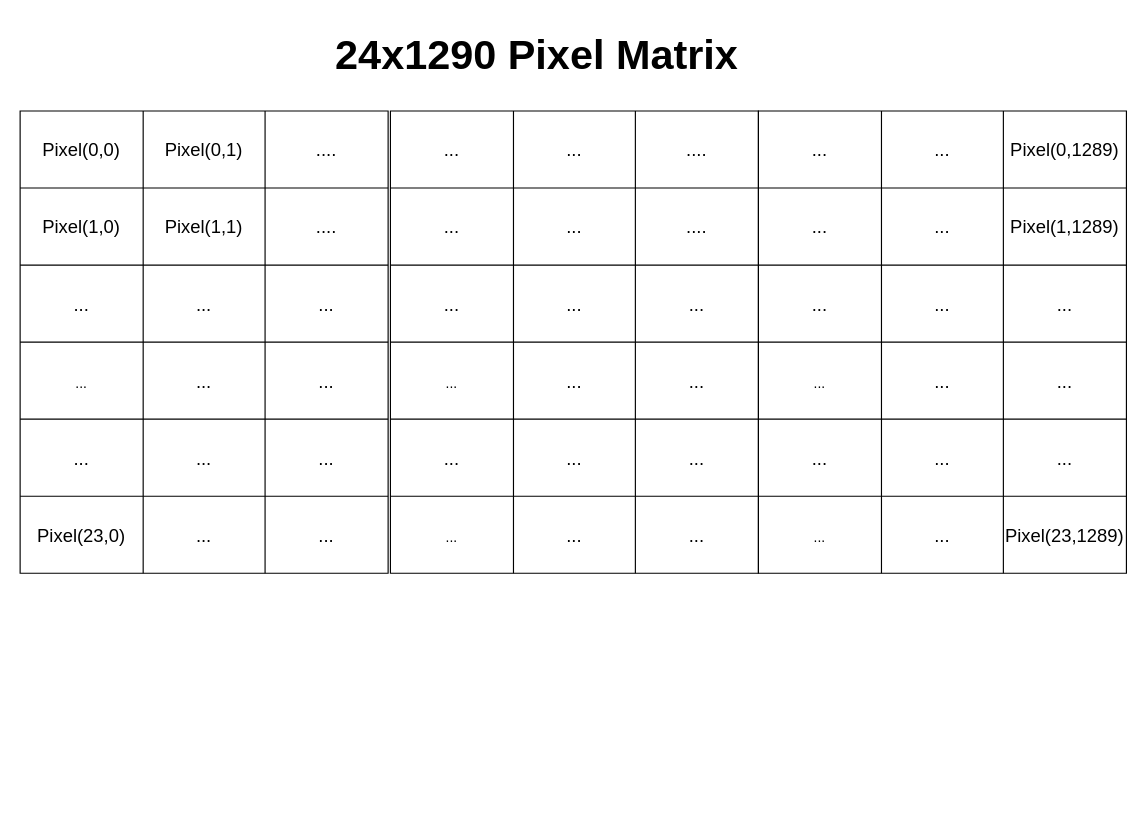
Above: Diagrams/presentation_matrix.drawio in sabarioded/Patterns_Project (draw.io), before the change. Source tidied: cells renumbered, new cells numbered last; positions are measured from the earlier drawing's top-left corner, leaving out a move shared by most shapes. Both pictures are drawn from the tidied source at 115%, with x=0, y=0 at pixel (20, 20).
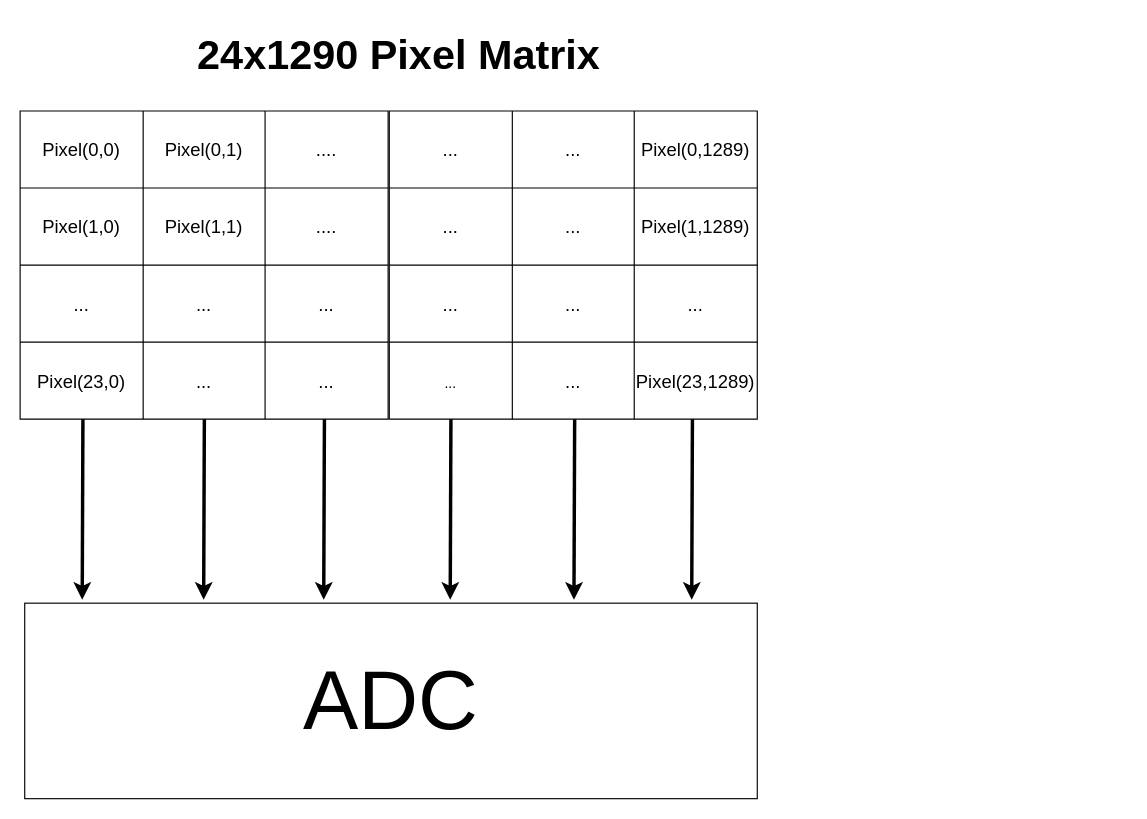
The same diagram, later.

Change to the diagram source:
```diff
@@
-    <mxCell id="2" style="shape=table;startSize=0;childLayout=tableLayout;fontSize=16;shadow=0;" parent="1" vertex="1">
-      <mxGeometry x="322" y="79" width="320" height="402" as="geometry" />
-    </mxCell>
-    <mxCell id="3" style="shape=tableRow;horizontal=0;startSize=0;swimlaneHead=0;swimlaneBody=0;strokeColor=inherit;top=0;left=0;bottom=0;right=0;fillColor=none;fontSize=16;" parent="2" vertex="1">
-      <mxGeometry width="320" height="67" as="geometry" />
-    </mxCell>
-    <mxCell id="4" value="..." style="shape=partialRectangle;html=1;whiteSpace=wrap;strokeColor=inherit;overflow=hidden;fillColor=none;top=0;left=0;bottom=0;right=0;fontSize=16;" parent="3" vertex="1">
-      <mxGeometry width="107" height="67" as="geometry" />
-    </mxCell>
-    <mxCell id="5" value="..." style="shape=partialRectangle;html=1;whiteSpace=wrap;strokeColor=inherit;overflow=hidden;fillColor=none;top=0;left=0;bottom=0;right=0;fontSize=16;" parent="3" vertex="1">
-      <mxGeometry x="107" width="106" height="67" as="geometry" />
-    </mxCell>
-    <mxCell id="6" value="...." style="shape=partialRectangle;html=1;whiteSpace=wrap;strokeColor=inherit;overflow=hidden;fillColor=none;top=0;left=0;bottom=0;right=0;fontSize=16;" parent="3" vertex="1">
-      <mxGeometry x="213" width="107" height="67" as="geometry" />
-    </mxCell>
-    <mxCell id="7" style="shape=tableRow;horizontal=0;startSize=0;swimlaneHead=0;swimlaneBody=0;strokeColor=inherit;top=0;left=0;bottom=0;right=0;fillColor=none;fontSize=16;" parent="2" vertex="1">
-      <mxGeometry y="67" width="320" height="67" as="geometry" />
-    </mxCell>
-    <mxCell id="8" value="..." style="shape=partialRectangle;html=1;whiteSpace=wrap;strokeColor=inherit;overflow=hidden;fillColor=none;top=0;left=0;bottom=0;right=0;fontSize=16;" parent="7" vertex="1">
-      <mxGeometry width="107" height="67" as="geometry" />
-    </mxCell>
-    <mxCell id="9" value="..." style="shape=partialRectangle;html=1;whiteSpace=wrap;strokeColor=inherit;overflow=hidden;fillColor=none;top=0;left=0;bottom=0;right=0;fontSize=16;" parent="7" vertex="1">
-      <mxGeometry x="107" width="106" height="67" as="geometry" />
-    </mxCell>
-    <mxCell id="10" value="...." style="shape=partialRectangle;html=1;whiteSpace=wrap;strokeColor=inherit;overflow=hidden;fillColor=none;top=0;left=0;bottom=0;right=0;fontSize=16;" parent="7" vertex="1">
-      <mxGeometry x="213" width="107" height="67" as="geometry" />
-    </mxCell>
-    <mxCell id="11" style="shape=tableRow;horizontal=0;startSize=0;swimlaneHead=0;swimlaneBody=0;strokeColor=inherit;top=0;left=0;bottom=0;right=0;fillColor=none;fontSize=16;" parent="2" vertex="1">
-      <mxGeometry y="134" width="320" height="67" as="geometry" />
-    </mxCell>
-    <mxCell id="12" value="..." style="shape=partialRectangle;html=1;whiteSpace=wrap;strokeColor=inherit;overflow=hidden;fillColor=none;top=0;left=0;bottom=0;right=0;fontSize=16;" parent="11" vertex="1">
-      <mxGeometry width="107" height="67" as="geometry" />
-    </mxCell>
-    <mxCell id="13" value="..." style="shape=partialRectangle;html=1;whiteSpace=wrap;strokeColor=inherit;overflow=hidden;fillColor=none;top=0;left=0;bottom=0;right=0;fontSize=16;" parent="11" vertex="1">
-      <mxGeometry x="107" width="106" height="67" as="geometry" />
-    </mxCell>
-    <mxCell id="14" value="..." style="shape=partialRectangle;html=1;whiteSpace=wrap;strokeColor=inherit;overflow=hidden;fillColor=none;top=0;left=0;bottom=0;right=0;fontSize=16;" parent="11" vertex="1">
-      <mxGeometry x="213" width="107" height="67" as="geometry" />
-    </mxCell>
-    <mxCell id="15" style="shape=tableRow;horizontal=0;startSize=0;swimlaneHead=0;swimlaneBody=0;strokeColor=inherit;top=0;left=0;bottom=0;right=0;fillColor=none;fontSize=16;" parent="2" vertex="1">
-      <mxGeometry y="201" width="320" height="67" as="geometry" />
-    </mxCell>
-    <mxCell id="16" value="&lt;font style=&quot;font-size: 12px;&quot;&gt;...&lt;/font&gt;" style="shape=partialRectangle;html=1;whiteSpace=wrap;strokeColor=inherit;overflow=hidden;fillColor=none;top=0;left=0;bottom=0;right=0;fontSize=16;" parent="15" vertex="1">
-      <mxGeometry width="107" height="67" as="geometry" />
-    </mxCell>
-    <mxCell id="17" value="..." style="shape=partialRectangle;html=1;whiteSpace=wrap;strokeColor=inherit;overflow=hidden;fillColor=none;top=0;left=0;bottom=0;right=0;fontSize=16;" parent="15" vertex="1">
-      <mxGeometry x="107" width="106" height="67" as="geometry" />
-    </mxCell>
-    <mxCell id="18" value="..." style="shape=partialRectangle;html=1;whiteSpace=wrap;strokeColor=inherit;overflow=hidden;fillColor=none;top=0;left=0;bottom=0;right=0;fontSize=16;" parent="15" vertex="1">
-      <mxGeometry x="213" width="107" height="67" as="geometry" />
-    </mxCell>
-    <mxCell id="19" style="shape=tableRow;horizontal=0;startSize=0;swimlaneHead=0;swimlaneBody=0;strokeColor=inherit;top=0;left=0;bottom=0;right=0;fillColor=none;fontSize=16;" parent="2" vertex="1">
-      <mxGeometry y="268" width="320" height="67" as="geometry" />
-    </mxCell>
-    <mxCell id="20" value="..." style="shape=partialRectangle;html=1;whiteSpace=wrap;strokeColor=inherit;overflow=hidden;fillColor=none;top=0;left=0;bottom=0;right=0;fontSize=16;" parent="19" vertex="1">
-      <mxGeometry width="107" height="67" as="geometry" />
-    </mxCell>
-    <mxCell id="21" value="..." style="shape=partialRectangle;html=1;whiteSpace=wrap;strokeColor=inherit;overflow=hidden;fillColor=none;top=0;left=0;bottom=0;right=0;fontSize=16;" parent="19" vertex="1">
-      <mxGeometry x="107" width="106" height="67" as="geometry" />
-    </mxCell>
-    <mxCell id="22" value="..." style="shape=partialRectangle;html=1;whiteSpace=wrap;strokeColor=inherit;overflow=hidden;fillColor=none;top=0;left=0;bottom=0;right=0;fontSize=16;" parent="19" vertex="1">
-      <mxGeometry x="213" width="107" height="67" as="geometry" />
-    </mxCell>
-    <mxCell id="23" style="shape=tableRow;horizontal=0;startSize=0;swimlaneHead=0;swimlaneBody=0;strokeColor=inherit;top=0;left=0;bottom=0;right=0;fillColor=none;fontSize=16;" parent="2" vertex="1">
-      <mxGeometry y="335" width="320" height="67" as="geometry" />
-    </mxCell>
-    <mxCell id="24" value="&lt;font style=&quot;font-size: 12px;&quot;&gt;...&lt;/font&gt;" style="shape=partialRectangle;html=1;whiteSpace=wrap;strokeColor=inherit;overflow=hidden;fillColor=none;top=0;left=0;bottom=0;right=0;fontSize=16;" parent="23" vertex="1">
-      <mxGeometry width="107" height="67" as="geometry" />
-    </mxCell>
-    <mxCell id="25" value="..." style="shape=partialRectangle;html=1;whiteSpace=wrap;strokeColor=inherit;overflow=hidden;fillColor=none;top=0;left=0;bottom=0;right=0;fontSize=16;" parent="23" vertex="1">
-      <mxGeometry x="107" width="106" height="67" as="geometry" />
-    </mxCell>
-    <mxCell id="26" value="..." style="shape=partialRectangle;html=1;whiteSpace=wrap;strokeColor=inherit;overflow=hidden;fillColor=none;top=0;left=0;bottom=0;right=0;fontSize=16;" parent="23" vertex="1">
-      <mxGeometry x="213" width="107" height="67" as="geometry" />
-    </mxCell>
     <mxCell id="27" style="shape=table;startSize=0;childLayout=tableLayout;fontSize=16;" parent="1" vertex="1">
-      <mxGeometry y="79" width="320" height="402" as="geometry" />
+      <mxGeometry y="79" width="320" height="268" as="geometry" />
     </mxCell>
@@
-    <mxCell id="36" style="shape=tableRow;horizontal=0;startSize=0;swimlaneHead=0;swimlaneBody=0;strokeColor=inherit;top=0;left=0;bottom=0;right=0;fillColor=none;fontSize=16;" parent="27" vertex="1">
-      <mxGeometry y="134" width="320" height="67" as="geometry" />
-    </mxCell>
-    <mxCell id="37" value="..." style="shape=partialRectangle;html=1;whiteSpace=wrap;strokeColor=inherit;overflow=hidden;fillColor=none;top=0;left=0;bottom=0;right=0;fontSize=16;" parent="36" vertex="1">
-      <mxGeometry width="107" height="67" as="geometry" />
-    </mxCell>
-    <mxCell id="38" value="..." style="shape=partialRectangle;html=1;whiteSpace=wrap;strokeColor=inherit;overflow=hidden;fillColor=none;top=0;left=0;bottom=0;right=0;fontSize=16;" parent="36" vertex="1">
-      <mxGeometry x="107" width="106" height="67" as="geometry" />
-    </mxCell>
-    <mxCell id="39" value="..." style="shape=partialRectangle;html=1;whiteSpace=wrap;strokeColor=inherit;overflow=hidden;fillColor=none;top=0;left=0;bottom=0;right=0;fontSize=16;" parent="36" vertex="1">
-      <mxGeometry x="213" width="107" height="67" as="geometry" />
-    </mxCell>
-    <mxCell id="40" style="shape=tableRow;horizontal=0;startSize=0;swimlaneHead=0;swimlaneBody=0;strokeColor=inherit;top=0;left=0;bottom=0;right=0;fillColor=none;fontSize=16;" parent="27" vertex="1">
-      <mxGeometry y="201" width="320" height="67" as="geometry" />
-    </mxCell>
-    <mxCell id="41" value="&lt;font style=&quot;font-size: 12px;&quot;&gt;...&lt;/font&gt;" style="shape=partialRectangle;html=1;whiteSpace=wrap;strokeColor=inherit;overflow=hidden;fillColor=none;top=0;left=0;bottom=0;right=0;fontSize=16;" parent="40" vertex="1">
-      <mxGeometry width="107" height="67" as="geometry" />
-    </mxCell>
-    <mxCell id="42" value="..." style="shape=partialRectangle;html=1;whiteSpace=wrap;strokeColor=inherit;overflow=hidden;fillColor=none;top=0;left=0;bottom=0;right=0;fontSize=16;" parent="40" vertex="1">
-      <mxGeometry x="107" width="106" height="67" as="geometry" />
-    </mxCell>
-    <mxCell id="43" value="..." style="shape=partialRectangle;html=1;whiteSpace=wrap;strokeColor=inherit;overflow=hidden;fillColor=none;top=0;left=0;bottom=0;right=0;fontSize=16;" parent="40" vertex="1">
-      <mxGeometry x="213" width="107" height="67" as="geometry" />
-    </mxCell>
     <mxCell id="44" style="shape=tableRow;horizontal=0;startSize=0;swimlaneHead=0;swimlaneBody=0;strokeColor=inherit;top=0;left=0;bottom=0;right=0;fillColor=none;fontSize=16;" parent="27" vertex="1">
-      <mxGeometry y="268" width="320" height="67" as="geometry" />
+      <mxGeometry y="134" width="320" height="67" as="geometry" />
     </mxCell>
@@
     <mxCell id="48" style="shape=tableRow;horizontal=0;startSize=0;swimlaneHead=0;swimlaneBody=0;strokeColor=inherit;top=0;left=0;bottom=0;right=0;fillColor=none;fontSize=16;" parent="27" vertex="1">
-      <mxGeometry y="335" width="320" height="67" as="geometry" />
+      <mxGeometry y="201" width="320" height="67" as="geometry" />
     </mxCell>
@@
     <mxCell id="52" style="shape=table;startSize=0;childLayout=tableLayout;fontSize=16;" parent="1" vertex="1">
-      <mxGeometry x="642" y="79" width="320" height="402" as="geometry" />
+      <mxGeometry x="321" y="79" width="320" height="268" as="geometry" />
     </mxCell>
@@
-    <mxCell id="61" style="shape=tableRow;horizontal=0;startSize=0;swimlaneHead=0;swimlaneBody=0;strokeColor=inherit;top=0;left=0;bottom=0;right=0;fillColor=none;fontSize=16;" parent="52" vertex="1">
-      <mxGeometry y="134" width="320" height="67" as="geometry" />
-    </mxCell>
-    <mxCell id="62" value="..." style="shape=partialRectangle;html=1;whiteSpace=wrap;strokeColor=inherit;overflow=hidden;fillColor=none;top=0;left=0;bottom=0;right=0;fontSize=16;" parent="61" vertex="1">
-      <mxGeometry width="107" height="67" as="geometry" />
-    </mxCell>
-    <mxCell id="63" value="..." style="shape=partialRectangle;html=1;whiteSpace=wrap;strokeColor=inherit;overflow=hidden;fillColor=none;top=0;left=0;bottom=0;right=0;fontSize=16;" parent="61" vertex="1">
-      <mxGeometry x="107" width="106" height="67" as="geometry" />
-    </mxCell>
-    <mxCell id="64" value="..." style="shape=partialRectangle;html=1;whiteSpace=wrap;strokeColor=inherit;overflow=hidden;fillColor=none;top=0;left=0;bottom=0;right=0;fontSize=16;" parent="61" vertex="1">
-      <mxGeometry x="213" width="107" height="67" as="geometry" />
-    </mxCell>
-    <mxCell id="65" style="shape=tableRow;horizontal=0;startSize=0;swimlaneHead=0;swimlaneBody=0;strokeColor=inherit;top=0;left=0;bottom=0;right=0;fillColor=none;fontSize=16;" parent="52" vertex="1">
-      <mxGeometry y="201" width="320" height="67" as="geometry" />
-    </mxCell>
-    <mxCell id="66" value="&lt;font style=&quot;font-size: 12px;&quot;&gt;...&lt;/font&gt;" style="shape=partialRectangle;html=1;whiteSpace=wrap;strokeColor=inherit;overflow=hidden;fillColor=none;top=0;left=0;bottom=0;right=0;fontSize=16;" parent="65" vertex="1">
-      <mxGeometry width="107" height="67" as="geometry" />
-    </mxCell>
-    <mxCell id="67" value="..." style="shape=partialRectangle;html=1;whiteSpace=wrap;strokeColor=inherit;overflow=hidden;fillColor=none;top=0;left=0;bottom=0;right=0;fontSize=16;" parent="65" vertex="1">
-      <mxGeometry x="107" width="106" height="67" as="geometry" />
-    </mxCell>
-    <mxCell id="68" value="..." style="shape=partialRectangle;html=1;whiteSpace=wrap;strokeColor=inherit;overflow=hidden;fillColor=none;top=0;left=0;bottom=0;right=0;fontSize=16;" parent="65" vertex="1">
-      <mxGeometry x="213" width="107" height="67" as="geometry" />
-    </mxCell>
     <mxCell id="69" style="shape=tableRow;horizontal=0;startSize=0;swimlaneHead=0;swimlaneBody=0;strokeColor=inherit;top=0;left=0;bottom=0;right=0;fillColor=none;fontSize=16;" parent="52" vertex="1">
-      <mxGeometry y="268" width="320" height="67" as="geometry" />
+      <mxGeometry y="134" width="320" height="67" as="geometry" />
     </mxCell>
@@
     <mxCell id="73" style="shape=tableRow;horizontal=0;startSize=0;swimlaneHead=0;swimlaneBody=0;strokeColor=inherit;top=0;left=0;bottom=0;right=0;fillColor=none;fontSize=16;" parent="52" vertex="1">
-      <mxGeometry y="335" width="320" height="67" as="geometry" />
+      <mxGeometry y="201" width="320" height="67" as="geometry" />
     </mxCell>
@@
     <mxCell id="77" value="&lt;font style=&quot;font-size: 36px;&quot;&gt;&lt;b&gt;24x1290 Pixel Matrix&lt;/b&gt;&lt;/font&gt;" style="text;html=1;align=center;verticalAlign=middle;strokeColor=none;fillColor=none;" parent="1" vertex="1">
-      <mxGeometry x="264" width="370" height="60" as="geometry" />
+      <mxGeometry x="144" width="370" height="60" as="geometry" />
     </mxCell>
+    <mxCell id="78" style="endArrow=classic;html=1;rounded=0;exitX=0.233;exitY=1.03;exitDx=0;exitDy=0;exitPerimeter=0;strokeWidth=3;" parent="1" edge="1">
+      <mxGeometry relative="1" as="geometry">
+        <mxPoint x="54.6" y="347" as="sourcePoint" />
+        <mxPoint x="54" y="504" as="targetPoint" />
+      </mxGeometry>
+    </mxCell>
+    <mxCell id="79" style="endArrow=classic;html=1;rounded=0;exitX=0.233;exitY=1.03;exitDx=0;exitDy=0;exitPerimeter=0;strokeWidth=3;" parent="1" edge="1">
+      <mxGeometry relative="1" as="geometry">
+        <mxPoint x="160.2" y="347" as="sourcePoint" />
+        <mxPoint x="159.6" y="504" as="targetPoint" />
+      </mxGeometry>
+    </mxCell>
+    <mxCell id="80" style="endArrow=classic;html=1;rounded=0;exitX=0.233;exitY=1.03;exitDx=0;exitDy=0;exitPerimeter=0;strokeWidth=3;" parent="1" edge="1">
+      <mxGeometry relative="1" as="geometry">
+        <mxPoint x="264.6" y="347" as="sourcePoint" />
+        <mxPoint x="264" y="504" as="targetPoint" />
+      </mxGeometry>
+    </mxCell>
+    <mxCell id="81" style="endArrow=classic;html=1;rounded=0;exitX=0.233;exitY=1.03;exitDx=0;exitDy=0;exitPerimeter=0;strokeWidth=3;" parent="1" edge="1">
+      <mxGeometry relative="1" as="geometry">
+        <mxPoint x="374.6" y="347" as="sourcePoint" />
+        <mxPoint x="374" y="504" as="targetPoint" />
+      </mxGeometry>
+    </mxCell>
+    <mxCell id="82" style="endArrow=classic;html=1;rounded=0;exitX=0.233;exitY=1.03;exitDx=0;exitDy=0;exitPerimeter=0;strokeWidth=3;" parent="1" edge="1">
+      <mxGeometry relative="1" as="geometry">
+        <mxPoint x="482.2" y="347" as="sourcePoint" />
+        <mxPoint x="481.6" y="504" as="targetPoint" />
+      </mxGeometry>
+    </mxCell>
+    <mxCell id="83" style="endArrow=classic;html=1;rounded=0;exitX=0.233;exitY=1.03;exitDx=0;exitDy=0;exitPerimeter=0;strokeWidth=3;" parent="1" edge="1">
+      <mxGeometry relative="1" as="geometry">
+        <mxPoint x="584.6" y="347" as="sourcePoint" />
+        <mxPoint x="584" y="504" as="targetPoint" />
+      </mxGeometry>
+    </mxCell>
+    <mxCell id="84" value="&lt;font style=&quot;font-size: 72px;&quot;&gt;ADC&lt;/font&gt;" style="rounded=0;whiteSpace=wrap;html=1;" parent="1" vertex="1">
+      <mxGeometry x="4" y="507" width="637" height="170" as="geometry" />
+    </mxCell>
```
